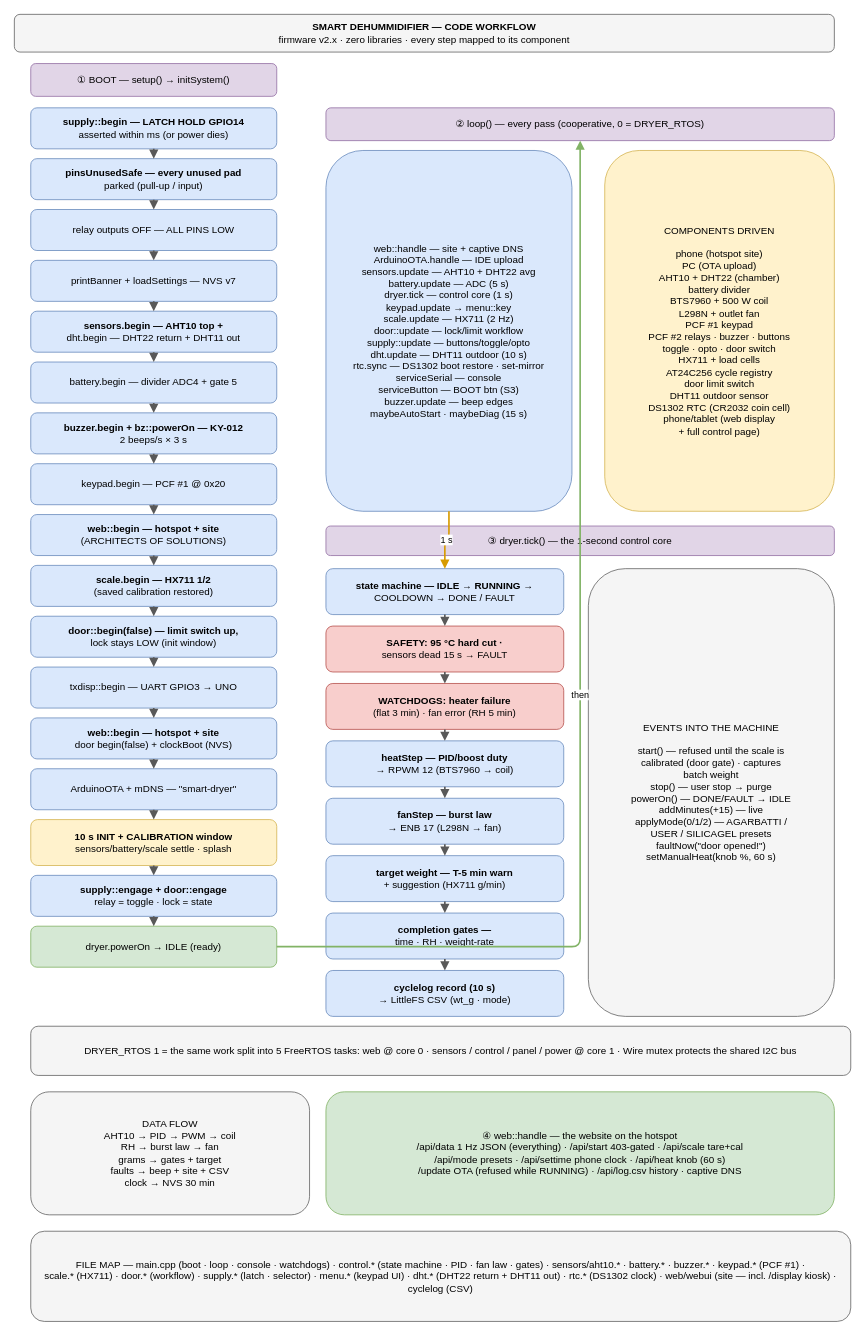
Earlier version of the draw.io diagram page "3 · Code Workflow" (3 of 3) of smart-dryer/docs/design-workflow.drawio (PAVAN-NIKHIL-993/SIH_2026_022). Source tidied: cells renumbered, new cells numbered last; positions are measured from the earlier drawing's top-left corner, leaving out a move shared by most shapes. Both pictures are drawn from the tidied source at 82%, with x=0, y=0 at pixel (14, 14).
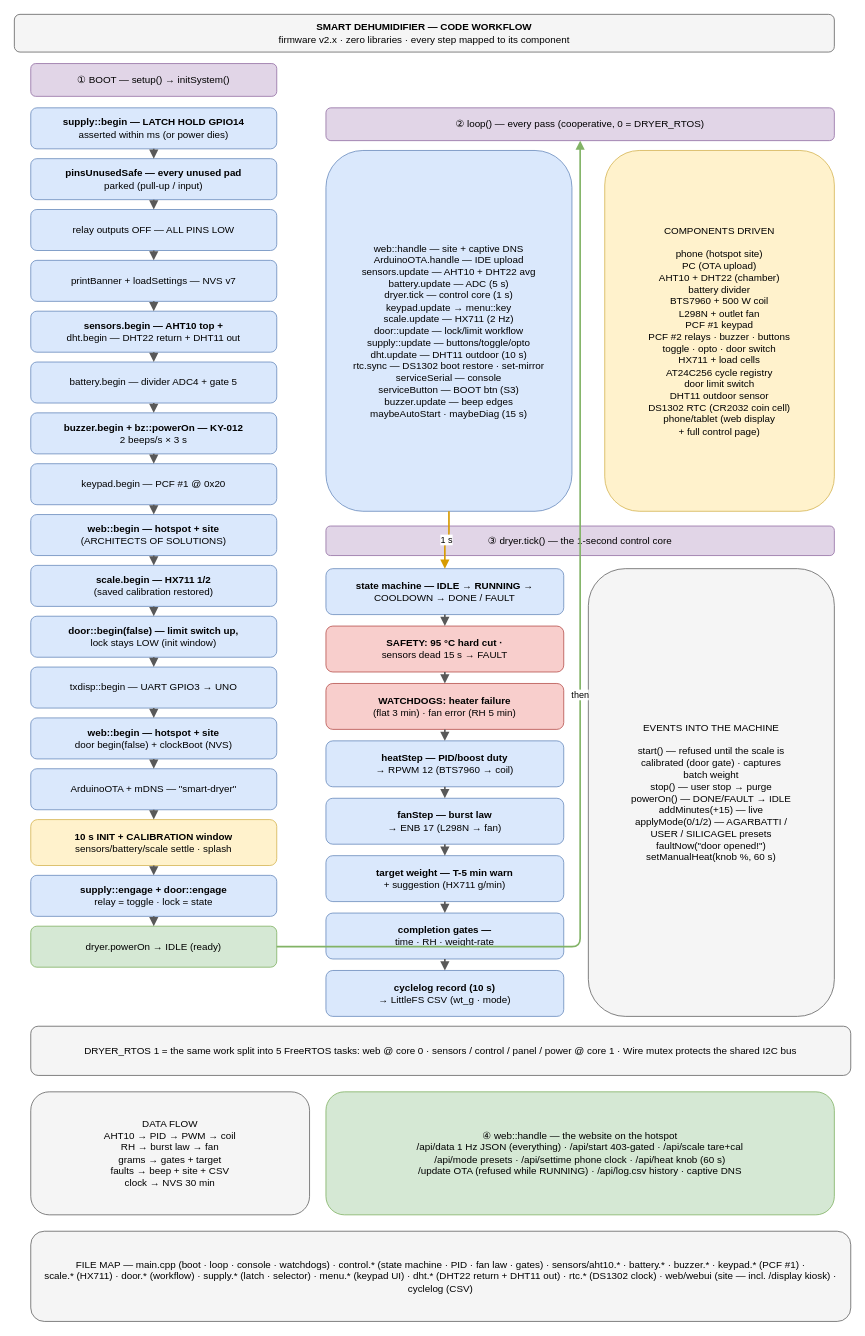
Above is the later version.

Change to the diagram source:
```diff
@@
-    <mxCell id="2" value="&lt;b&gt;SMART DEHUMMIDIFIER — CODE WORKFLOW&lt;/b&gt;&lt;br&gt;firmware v2.x · zero libraries · every step mapped to its component" style="rounded=1;whiteSpace=wrap;html=1;fillColor=#f5f5f5;strokeColor=#666666;fontSize=12;" parent="1" vertex="1">
+    <mxCell id="2" value="&lt;b&gt;SMART DEHUMIDIFIER — CODE WORKFLOW&lt;/b&gt;&lt;br&gt;firmware v2.x · zero libraries · every step mapped to its component" style="rounded=1;whiteSpace=wrap;html=1;fillColor=#f5f5f5;strokeColor=#666666;fontSize=12;" parent="1" vertex="1">
       <mxGeometry width="1000" height="46" as="geometry" />
     </mxCell>
```
